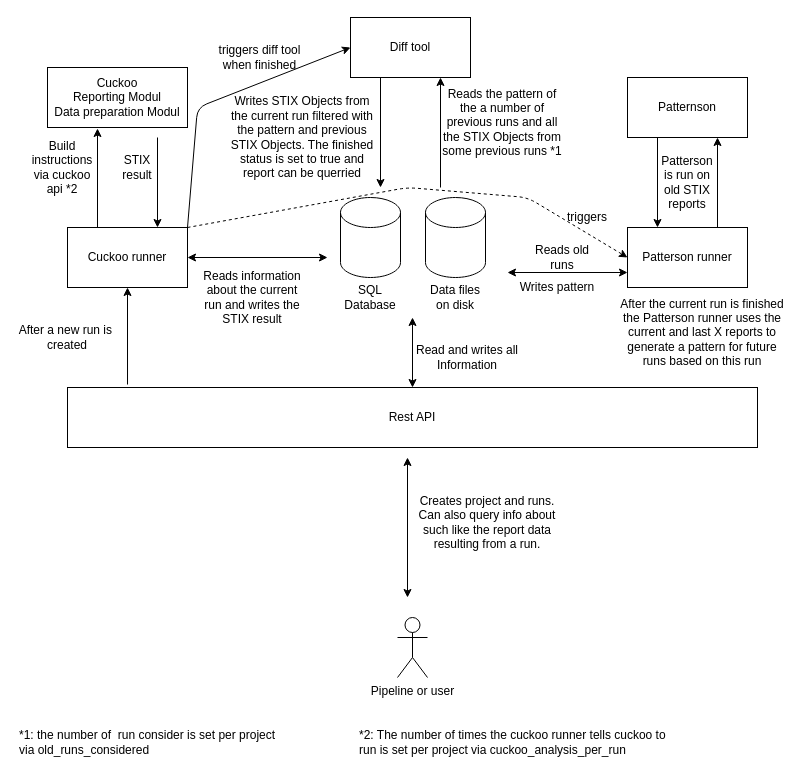
Above: static/achitecture/architecture.drawio in cybertier/buildwatch (draw.io), before the change. Source tidied: cells renumbered, new cells numbered last; positions are measured from the earlier drawing's top-left corner, leaving out a move shared by most shapes. Both pictures are drawn from the tidied source at 100%, with x=0, y=0 at pixel (17, 17).
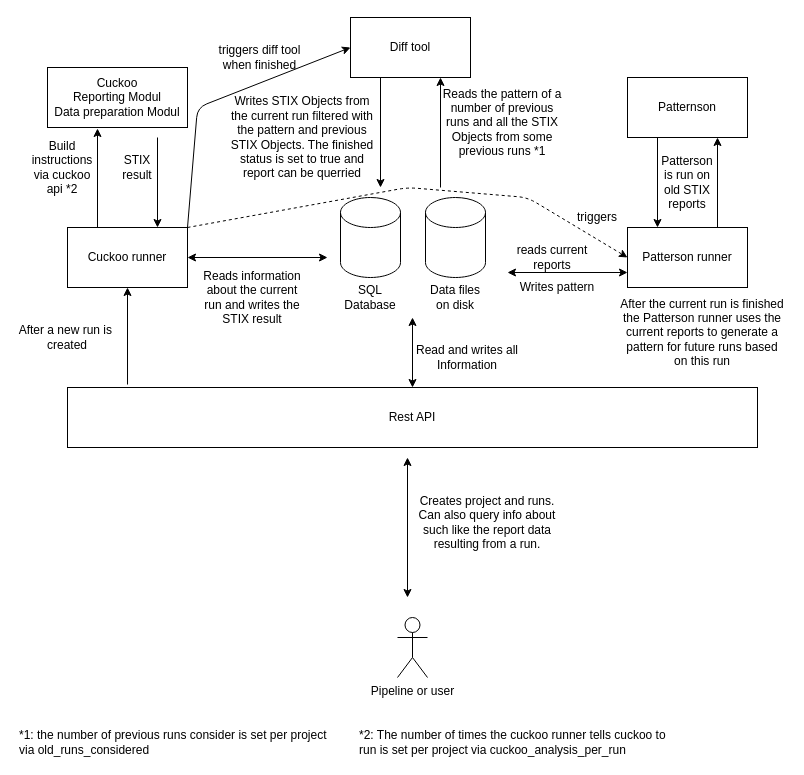
Above is the later version.

Change to the diagram source:
```diff
@@
-    <mxCell id="27" value="After the current run is finished the Patterson runner uses the current and last X reports to generate a pattern for future runs based on this run" style="text;html=1;strokeColor=none;fillColor=none;align=center;verticalAlign=middle;whiteSpace=wrap;rounded=0;rotation=0;" parent="1" vertex="1">
+    <mxCell id="27" value="After the current run is finished the Patterson runner uses the current reports to generate a pattern for future runs based on this run" style="text;html=1;strokeColor=none;fillColor=none;align=center;verticalAlign=middle;whiteSpace=wrap;rounded=0;rotation=0;" parent="1" vertex="1">
       <mxGeometry x="600" y="270" width="170" height="90" as="geometry" />
     </mxCell>
@@
-    <mxCell id="30" value="Reads the pattern of the a number of previous runs and all the STIX Objects from some previous runs *1" style="text;html=1;strokeColor=none;fillColor=none;align=center;verticalAlign=middle;whiteSpace=wrap;rounded=0;" parent="1" vertex="1">
+    <mxCell id="30" value="Reads the pattern of a number of previous runs and all the STIX Objects from some previous runs *1" style="text;html=1;strokeColor=none;fillColor=none;align=center;verticalAlign=middle;whiteSpace=wrap;rounded=0;" parent="1" vertex="1">
       <mxGeometry x="420" y="70" width="130" height="70" as="geometry" />
     </mxCell>
@@
-    <mxCell id="36" value="Reads old runs" style="text;html=1;strokeColor=none;fillColor=none;align=center;verticalAlign=middle;whiteSpace=wrap;rounded=0;" parent="1" vertex="1">
-      <mxGeometry x="510" y="230" width="70" height="20" as="geometry" />
-    </mxCell>
@@
-    <mxCell id="39" value="*1: the number of&amp;nbsp; run consider is set per project via&amp;nbsp;&lt;span&gt;old_runs_considered&lt;br&gt;&lt;/span&gt;" style="text;html=1;strokeColor=none;fillColor=none;align=left;verticalAlign=middle;whiteSpace=wrap;rounded=0;" parent="1" vertex="1">
+    <mxCell id="39" value="*1: the number of previous runs consider is set per project via&amp;nbsp;&lt;span&gt;old_runs_considered&lt;br&gt;&lt;/span&gt;" style="text;html=1;strokeColor=none;fillColor=none;align=left;verticalAlign=middle;whiteSpace=wrap;rounded=0;" parent="1" vertex="1">
       <mxGeometry y="710" width="310" height="30" as="geometry" />
     </mxCell>
     <mxCell id="40" value="triggers" style="text;html=1;strokeColor=none;fillColor=none;align=center;verticalAlign=middle;whiteSpace=wrap;rounded=0;" parent="1" vertex="1">
-      <mxGeometry x="550" y="190" width="40" height="20" as="geometry" />
+      <mxGeometry x="560" y="190" width="40" height="20" as="geometry" />
     </mxCell>
@@
+    <mxCell id="42" value="reads current reports" style="text;html=1;strokeColor=none;fillColor=none;align=center;verticalAlign=middle;whiteSpace=wrap;rounded=0;" parent="1" vertex="1">
+      <mxGeometry x="490" y="230" width="90" height="20" as="geometry" />
+    </mxCell>
```
